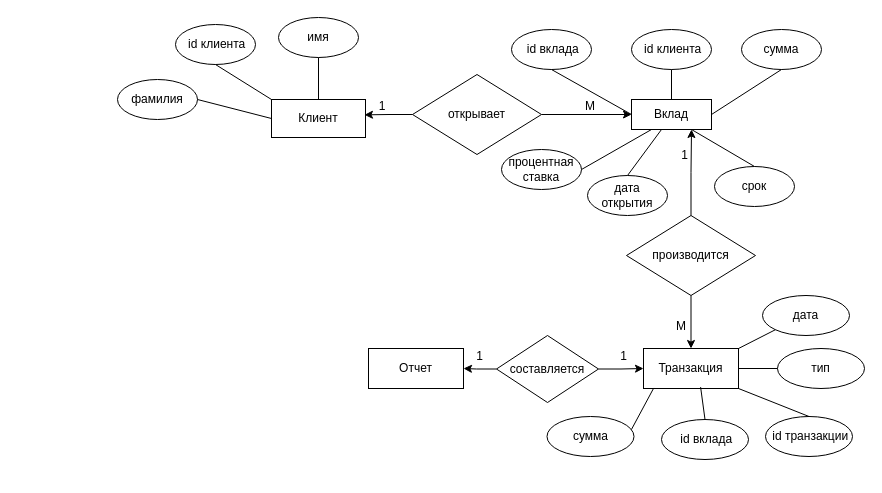
The draw.io diagram lab1.drawio in OlegWhiteRose/Architectures-for-highload, before the edit. Source tidied: cells renumbered, new cells numbered last; positions are measured from the earlier drawing's top-left corner, leaving out a move shared by most shapes. Both pictures are drawn from the tidied source at 100%, with x=0, y=0 at pixel (117, 17).
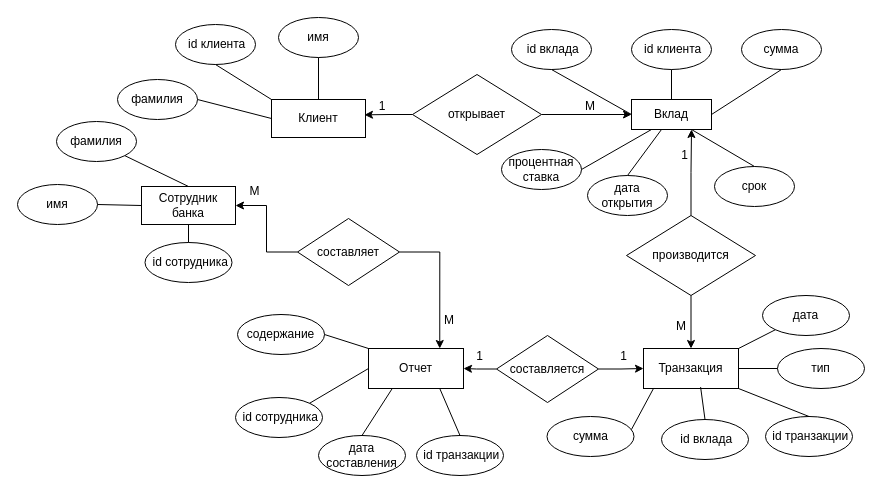
Above is the later version.

The change refers to these unchanged cells:
```xml
<mxCell id="43" value="Отчет" style="rounded=0;whiteSpace=wrap;html=1;" parent="1" vertex="1">
  <mxGeometry x="251" y="331" width="95" height="40" as="geometry" />
</mxCell>
```

The edit, as a diff of the source:
```diff
@@
+    <mxCell id="49" value="&amp;nbsp;id транзакции" style="ellipse;whiteSpace=wrap;html=1;" parent="1" vertex="1">
+      <mxGeometry x="299" y="418" width="87" height="40" as="geometry" />
+    </mxCell>
+    <mxCell id="50" style="endArrow=none;html=1;rounded=0;exitX=0.5;exitY=0;exitDx=0;exitDy=0;entryX=0.75;entryY=1;entryDx=0;entryDy=0;" parent="1" edge="1" source="49" target="43">
+      <mxGeometry relative="1" as="geometry" />
+    </mxCell>
+    <mxCell id="51" value="дата составления" style="ellipse;whiteSpace=wrap;html=1;" parent="1" vertex="1">
+      <mxGeometry x="201" y="418" width="87" height="40" as="geometry" />
+    </mxCell>
+    <mxCell id="52" style="endArrow=none;html=1;rounded=0;exitX=0.5;exitY=0;exitDx=0;exitDy=0;entryX=0.25;entryY=1;entryDx=0;entryDy=0;" parent="1" edge="1" source="51" target="43">
+      <mxGeometry relative="1" as="geometry" />
+    </mxCell>
+    <mxCell id="53" value="&amp;nbsp;id сотрудника" style="ellipse;whiteSpace=wrap;html=1;" parent="1" vertex="1">
+      <mxGeometry x="118" y="380" width="87" height="40" as="geometry" />
+    </mxCell>
+    <mxCell id="54" style="endArrow=none;html=1;rounded=0;exitX=1;exitY=0;exitDx=0;exitDy=0;entryX=0;entryY=0.5;entryDx=0;entryDy=0;" parent="1" edge="1" source="53" target="43">
+      <mxGeometry relative="1" as="geometry" />
+    </mxCell>
+    <mxCell id="55" value="содержание" style="ellipse;whiteSpace=wrap;html=1;" parent="1" vertex="1">
+      <mxGeometry x="120" y="297" width="87" height="40" as="geometry" />
+    </mxCell>
+    <mxCell id="56" style="endArrow=none;html=1;rounded=0;exitX=1;exitY=0.5;exitDx=0;exitDy=0;entryX=0;entryY=0;entryDx=0;entryDy=0;" parent="1" edge="1" source="55" target="43">
+      <mxGeometry relative="1" as="geometry" />
+    </mxCell>
+    <mxCell id="57" value="Сотрудник банка" style="rounded=0;whiteSpace=wrap;html=1;" parent="1" vertex="1">
+      <mxGeometry x="24" y="169" width="94" height="38" as="geometry" />
+    </mxCell>
+    <mxCell id="58" style="edgeStyle=orthogonalEdgeStyle;rounded=0;jettySize=auto;html=1;entryX=1;entryY=0.5;entryDx=0;entryDy=0;" parent="1" edge="1" source="60" target="57">
+      <mxGeometry relative="1" as="geometry" />
+    </mxCell>
+    <mxCell id="59" style="edgeStyle=orthogonalEdgeStyle;rounded=0;jettySize=auto;html=1;entryX=0.75;entryY=0;entryDx=0;entryDy=0;exitX=1;exitY=0.5;exitDx=0;exitDy=0;" parent="1" edge="1" source="60" target="43">
+      <mxGeometry relative="1" as="geometry" />
+    </mxCell>
+    <mxCell id="60" value="составляет" style="rhombus;whiteSpace=wrap;html=1;" parent="1" vertex="1">
+      <mxGeometry x="180" y="201" width="102" height="67" as="geometry" />
+    </mxCell>
+    <mxCell id="61" value="М" style="text;html=1;align=center;verticalAlign=middle;whiteSpace=wrap;rounded=0;" parent="1" vertex="1">
+      <mxGeometry x="127" y="159" width="21" height="30" as="geometry" />
+    </mxCell>
+    <mxCell id="62" value="М" style="text;html=1;align=center;verticalAlign=middle;whiteSpace=wrap;rounded=0;" parent="1" vertex="1">
+      <mxGeometry x="302" y="288" width="60" height="30" as="geometry" />
+    </mxCell>
+    <mxCell id="63" value="&amp;nbsp;id сотрудника" style="ellipse;whiteSpace=wrap;html=1;" parent="1" vertex="1">
+      <mxGeometry x="27.5" y="225" width="87" height="40" as="geometry" />
+    </mxCell>
+    <mxCell id="64" style="endArrow=none;html=1;rounded=0;exitX=0.5;exitY=0;exitDx=0;exitDy=0;entryX=0.5;entryY=1;entryDx=0;entryDy=0;" parent="1" edge="1" source="63" target="57">
+      <mxGeometry relative="1" as="geometry" />
+    </mxCell>
+    <mxCell id="65" value="имя" style="ellipse;whiteSpace=wrap;html=1;" parent="1" vertex="1">
+      <mxGeometry x="-100" y="167" width="80" height="40" as="geometry" />
+    </mxCell>
+    <mxCell id="66" style="endArrow=none;html=1;rounded=0;exitX=1;exitY=0.5;exitDx=0;exitDy=0;entryX=0;entryY=0.5;entryDx=0;entryDy=0;" parent="1" edge="1" source="65" target="57">
+      <mxGeometry relative="1" as="geometry" />
+    </mxCell>
+    <mxCell id="67" value="фамилия" style="ellipse;whiteSpace=wrap;html=1;" parent="1" vertex="1">
+      <mxGeometry x="-61" y="104" width="80" height="40" as="geometry" />
+    </mxCell>
+    <mxCell id="68" style="endArrow=none;html=1;rounded=0;exitX=1;exitY=1;exitDx=0;exitDy=0;entryX=0.5;entryY=0;entryDx=0;entryDy=0;" parent="1" edge="1" source="67" target="57">
+      <mxGeometry relative="1" as="geometry" />
+    </mxCell>
```
